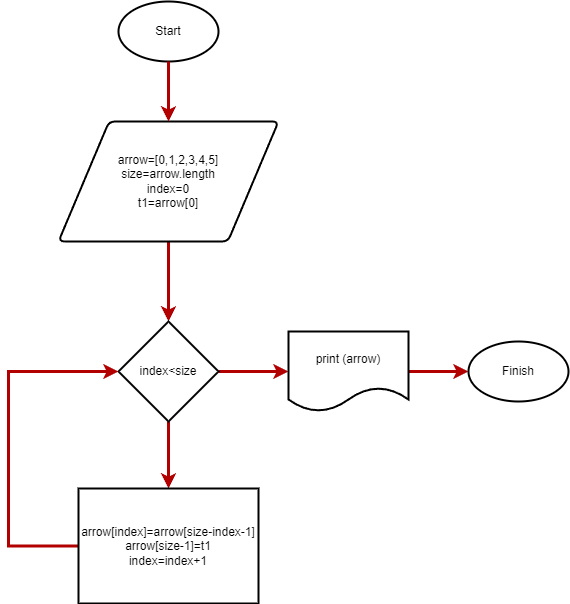
DudinIO86/Example1_massive_naoborot_CSh keeps this draw.io diagram as Block_shema Example1.png. Above is the earlier version. Source tidied: cells renumbered, new cells last; positions are measured from the earlier drawing's top-left corner, leaving out a move shared by most shapes.
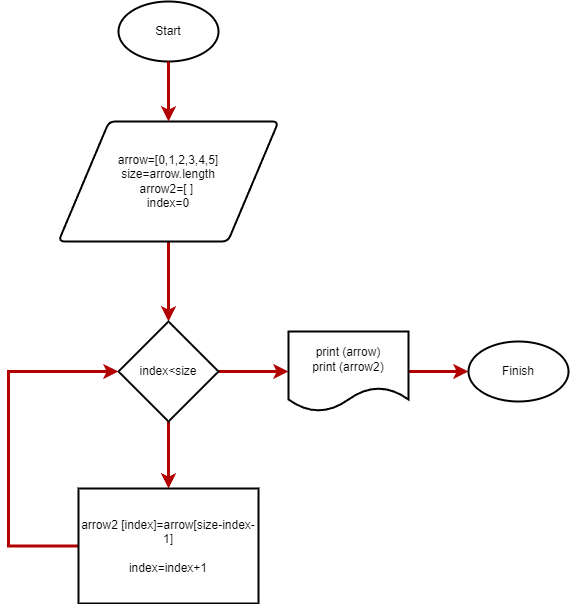
The same file after the commit.

Change to the diagram source:
```diff
@@ -10,7 +10,7 @@
         <mxPoint x="160" y="320" as="targetPoint" />
       </mxGeometry>
     </mxCell>
-    <mxCell id="4" value="arrow=[0,1,2,3,4,5]&lt;br&gt;size=arrow.length&lt;br&gt;index=0&lt;br&gt;t1=arrow[0]" style="shape=parallelogram;html=1;strokeWidth=2;perimeter=parallelogramPerimeter;whiteSpace=wrap;rounded=1;arcSize=12;size=0.23;" parent="1" vertex="1">
+    <mxCell id="4" value="arrow=[0,1,2,3,4,5]&lt;br&gt;size=arrow.length&lt;br&gt;arrow2=[ ]&amp;nbsp;&lt;br&gt;index=0" style="shape=parallelogram;html=1;strokeWidth=2;perimeter=parallelogramPerimeter;whiteSpace=wrap;rounded=1;arcSize=12;size=0.23;" parent="1" vertex="1">
       <mxGeometry x="50" y="120" width="220" height="120" as="geometry" />
     </mxCell>
     <mxCell id="5" style="endArrow=classic;html=1;rounded=0;exitX=0.5;exitY=1;exitDx=0;exitDy=0;exitPerimeter=0;fillColor=#e51400;strokeColor=#B20000;strokeWidth=3;" parent="1" edge="1" source="2" target="4">
@@ -33,13 +33,13 @@
         </Array>
       </mxGeometry>
     </mxCell>
-    <mxCell id="10" value="arrow[index]=arrow[size-index-1]&lt;br&gt;arrow[size-1]=t1&lt;br&gt;index=index+1" style="whiteSpace=wrap;html=1;strokeWidth=2;" parent="1" vertex="1">
+    <mxCell id="10" value="arrow2 [index]=arrow[size-index-1]&lt;br&gt;&lt;br&gt;index=index+1" style="whiteSpace=wrap;html=1;strokeWidth=2;" parent="1" vertex="1">
       <mxGeometry x="70" y="487" width="180" height="115" as="geometry" />
     </mxCell>
     <mxCell id="11" style="edgeStyle=orthogonalEdgeStyle;rounded=0;jettySize=auto;html=1;exitX=1;exitY=0.5;exitDx=0;exitDy=0;fillColor=#e51400;strokeColor=#B20000;strokeWidth=3;" parent="1" edge="1" source="12" target="13">
       <mxGeometry relative="1" as="geometry" />
     </mxCell>
-    <mxCell id="12" value="print (arrow)" style="shape=document;whiteSpace=wrap;html=1;boundedLbl=1;strokeWidth=2;" parent="1" vertex="1">
+    <mxCell id="12" value="print (arrow)&lt;br&gt;print (arrow2)" style="shape=document;whiteSpace=wrap;html=1;boundedLbl=1;strokeWidth=2;" parent="1" vertex="1">
       <mxGeometry x="280" y="330" width="120" height="80" as="geometry" />
     </mxCell>
     <mxCell id="13" value="Finish" style="strokeWidth=2;html=1;shape=mxgraph.flowchart.start_1;whiteSpace=wrap;" parent="1" vertex="1">
```
